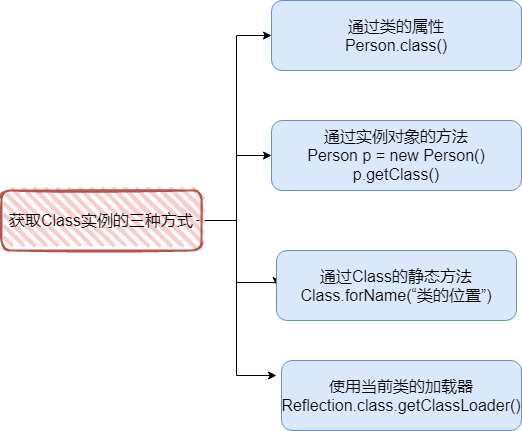
kusuzi/LearnJava keeps this draw.io diagram as Java/反射.png. Above is the earlier version. Source tidied: cells renumbered, new cells last; positions are measured from the earlier drawing's top-left corner, leaving out a move shared by most shapes. Its diagram source:
```xml
<mxGraphModel>
  <root>
    <mxCell id="0" />
    <mxCell id="1" parent="0" />
    <mxCell id="2" style="edgeStyle=orthogonalEdgeStyle;rounded=0;jettySize=auto;html=1;fontSize=16;" parent="1" edge="1" source="6" target="8">
      <mxGeometry relative="1" as="geometry" />
    </mxCell>
    <mxCell id="3" style="edgeStyle=orthogonalEdgeStyle;rounded=0;jettySize=auto;html=1;entryX=0;entryY=0.5;entryDx=0;entryDy=0;fontSize=16;" parent="1" edge="1" source="6" target="7">
      <mxGeometry relative="1" as="geometry" />
    </mxCell>
    <mxCell id="4" style="edgeStyle=orthogonalEdgeStyle;rounded=0;orthogonalLoop=1;jettySize=auto;html=1;entryX=0;entryY=0.5;entryDx=0;entryDy=0;fontSize=16;" parent="1" edge="1">
      <mxGeometry relative="1" as="geometry">
        <mxPoint x="195" y="220" as="sourcePoint" />
        <mxPoint x="275" y="375" as="targetPoint" />
        <Array as="points">
          <mxPoint x="235" y="220" />
          <mxPoint x="235" y="375" />
        </Array>
      </mxGeometry>
    </mxCell>
    <mxCell id="5" style="edgeStyle=orthogonalEdgeStyle;rounded=0;jettySize=auto;html=1;entryX=0;entryY=0.5;entryDx=0;entryDy=0;fontSize=16;" parent="1" edge="1" target="9">
      <mxGeometry relative="1" as="geometry">
        <mxPoint x="195" y="220" as="sourcePoint" />
        <Array as="points">
          <mxPoint x="235" y="220" />
          <mxPoint x="235" y="282" />
          <mxPoint x="275" y="282" />
        </Array>
      </mxGeometry>
    </mxCell>
    <mxCell id="6" value="获取Class实例的三种方式&lt;br style=&quot;font-size: 16px;&quot;&gt;" style="rounded=1;whiteSpace=wrap;html=1;strokeWidth=2;fillWeight=4;hachureGap=8;hachureAngle=45;fillColor=#f8cecc;sketch=1;strokeColor=#b85450;fontSize=16;" parent="1" vertex="1">
      <mxGeometry y="190" width="200" height="60" as="geometry" />
    </mxCell>
    <mxCell id="7" value="通过类的属性&lt;br style=&quot;font-size: 16px;&quot;&gt;Person.class()" style="rounded=1;whiteSpace=wrap;html=1;fillColor=#dae8fc;strokeColor=#6c8ebf;fontSize=16;" parent="1" vertex="1">
      <mxGeometry x="270" width="250" height="70" as="geometry" />
    </mxCell>
    <mxCell id="8" value="通过实例对象的方法&lt;br style=&quot;font-size: 16px;&quot;&gt;Person p = new Person()&lt;br style=&quot;font-size: 16px;&quot;&gt;p.getClass()" style="rounded=1;whiteSpace=wrap;html=1;strokeColor=#6c8ebf;fillColor=#dae8fc;fontSize=16;" parent="1" vertex="1">
      <mxGeometry x="270" y="120" width="250" height="70" as="geometry" />
    </mxCell>
    <mxCell id="9" value="通过Class的静态方法&lt;br style=&quot;font-size: 16px;&quot;&gt;Class.forName(“类的位置”)" style="rounded=1;whiteSpace=wrap;html=1;strokeColor=#6c8ebf;fillColor=#dae8fc;fontSize=16;" parent="1" vertex="1">
      <mxGeometry x="275" y="250" width="240" height="70" as="geometry" />
    </mxCell>
    <mxCell id="10" value="使用当前类的加载器&lt;br&gt;Reflection.class.getClassLoader()" style="rounded=1;whiteSpace=wrap;html=1;strokeColor=#6c8ebf;fillColor=#dae8fc;fontSize=16;" parent="1" vertex="1">
      <mxGeometry x="280" y="360" width="240" height="70" as="geometry" />
    </mxCell>
  </root>
</mxGraphModel>
```
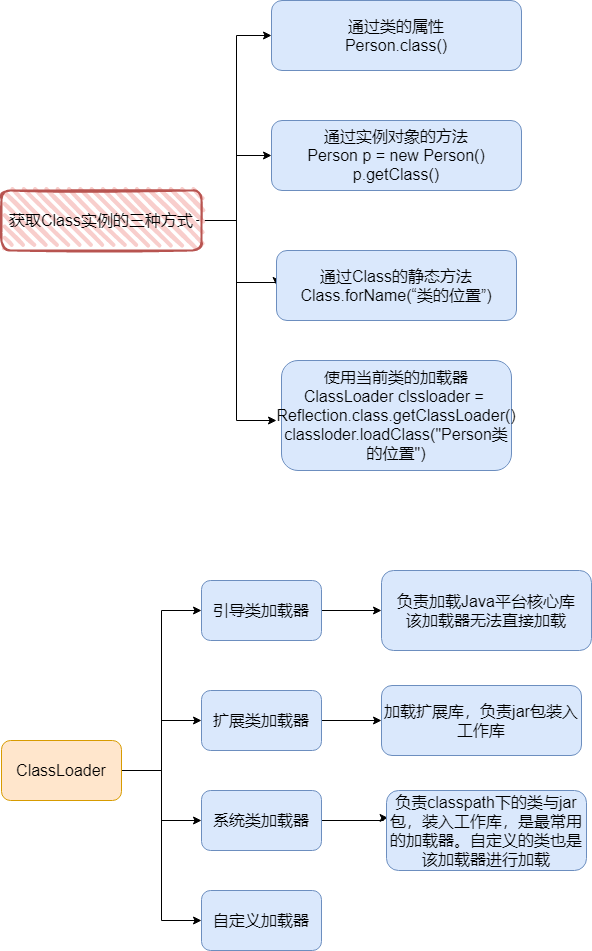
The same diagram one commit later.

What changed in the source:
```diff
@@ -8,13 +8,13 @@
     <mxCell id="3" style="edgeStyle=orthogonalEdgeStyle;rounded=0;jettySize=auto;html=1;entryX=0;entryY=0.5;entryDx=0;entryDy=0;fontSize=16;" parent="1" edge="1" source="6" target="7">
       <mxGeometry relative="1" as="geometry" />
     </mxCell>
-    <mxCell id="4" style="edgeStyle=orthogonalEdgeStyle;rounded=0;orthogonalLoop=1;jettySize=auto;html=1;entryX=0;entryY=0.5;entryDx=0;entryDy=0;fontSize=16;" parent="1" edge="1">
+    <mxCell id="4" style="edgeStyle=orthogonalEdgeStyle;rounded=0;orthogonalLoop=1;jettySize=auto;html=1;fontSize=16;" parent="1" edge="1">
       <mxGeometry relative="1" as="geometry">
         <mxPoint x="195" y="220" as="sourcePoint" />
-        <mxPoint x="275" y="375" as="targetPoint" />
+        <mxPoint x="275" y="420" as="targetPoint" />
         <Array as="points">
           <mxPoint x="235" y="220" />
-          <mxPoint x="235" y="375" />
+          <mxPoint x="235" y="420" />
         </Array>
       </mxGeometry>
     </mxCell>
@@ -40,8 +40,57 @@
     <mxCell id="9" value="通过Class的静态方法&lt;br style=&quot;font-size: 16px;&quot;&gt;Class.forName(“类的位置”)" style="rounded=1;whiteSpace=wrap;html=1;strokeColor=#6c8ebf;fillColor=#dae8fc;fontSize=16;" parent="1" vertex="1">
       <mxGeometry x="275" y="250" width="240" height="70" as="geometry" />
     </mxCell>
-    <mxCell id="10" value="使用当前类的加载器&lt;br&gt;Reflection.class.getClassLoader()" style="rounded=1;whiteSpace=wrap;html=1;strokeColor=#6c8ebf;fillColor=#dae8fc;fontSize=16;" parent="1" vertex="1">
-      <mxGeometry x="280" y="360" width="240" height="70" as="geometry" />
+    <mxCell id="10" value="使用当前类的加载器&lt;br&gt;ClassLoader clssloader = &lt;br&gt;Reflection.class.getClassLoader()&lt;br&gt;classloder.loadClass(&quot;Person类的位置&quot;)" style="rounded=1;whiteSpace=wrap;html=1;strokeColor=#6c8ebf;fillColor=#dae8fc;fontSize=16;" parent="1" vertex="1">
+      <mxGeometry x="280" y="360" width="230" height="110" as="geometry" />
     </mxCell>
+    <mxCell id="11" style="edgeStyle=orthogonalEdgeStyle;rounded=0;jettySize=auto;html=1;entryX=0;entryY=0.5;entryDx=0;entryDy=0;fontSize=16;" parent="1" edge="1" source="15" target="17">
+      <mxGeometry relative="1" as="geometry" />
+    </mxCell>
+    <mxCell id="12" style="edgeStyle=orthogonalEdgeStyle;rounded=0;jettySize=auto;html=1;fontSize=16;" parent="1" edge="1" source="15" target="19">
+      <mxGeometry relative="1" as="geometry" />
+    </mxCell>
+    <mxCell id="13" style="edgeStyle=orthogonalEdgeStyle;rounded=0;jettySize=auto;html=1;entryX=0;entryY=0.5;entryDx=0;entryDy=0;fontSize=16;" parent="1" edge="1" source="15" target="21">
+      <mxGeometry relative="1" as="geometry" />
+    </mxCell>
+    <mxCell id="14" style="edgeStyle=orthogonalEdgeStyle;rounded=0;jettySize=auto;html=1;entryX=0;entryY=0.5;entryDx=0;entryDy=0;fontSize=16;" parent="1" edge="1" source="15" target="22">
+      <mxGeometry relative="1" as="geometry" />
+    </mxCell>
+    <mxCell id="15" value="ClassLoader&lt;br&gt;" style="whiteSpace=wrap;html=1;rounded=1;fontSize=16;strokeColor=#d79b00;fillColor=#ffe6cc;" parent="1" vertex="1">
+      <mxGeometry y="740" width="120" height="60" as="geometry" />
+    </mxCell>
+    <mxCell id="16" style="edgeStyle=orthogonalEdgeStyle;rounded=0;jettySize=auto;html=1;fontSize=16;" parent="1" edge="1" source="17" target="23">
+      <mxGeometry relative="1" as="geometry" />
+    </mxCell>
+    <mxCell id="17" value="引导类加载器" style="whiteSpace=wrap;html=1;rounded=1;fontSize=16;strokeColor=#6c8ebf;fillColor=#dae8fc;" parent="1" vertex="1">
+      <mxGeometry x="200" y="580" width="120" height="60" as="geometry" />
+    </mxCell>
+    <mxCell id="18" style="edgeStyle=orthogonalEdgeStyle;rounded=0;jettySize=auto;html=1;fontSize=16;" parent="1" edge="1" source="19" target="24">
+      <mxGeometry relative="1" as="geometry" />
+    </mxCell>
+    <mxCell id="19" value="扩展类加载器" style="rounded=1;whiteSpace=wrap;html=1;fontSize=16;strokeColor=#6c8ebf;fillColor=#dae8fc;" parent="1" vertex="1">
+      <mxGeometry x="200" y="690" width="120" height="60" as="geometry" />
+    </mxCell>
+    <mxCell id="20" style="edgeStyle=orthogonalEdgeStyle;rounded=0;jettySize=auto;html=1;entryX=0.008;entryY=0.342;entryDx=0;entryDy=0;entryPerimeter=0;fontSize=16;" parent="1" edge="1" source="21" target="25">
+      <mxGeometry relative="1" as="geometry">
+        <Array as="points">
+          <mxPoint x="382" y="820" />
+        </Array>
+      </mxGeometry>
+    </mxCell>
+    <mxCell id="21" value="系统类加载器" style="rounded=1;whiteSpace=wrap;html=1;fontSize=16;strokeColor=#6c8ebf;fillColor=#dae8fc;" parent="1" vertex="1">
+      <mxGeometry x="200" y="790" width="120" height="60" as="geometry" />
+    </mxCell>
+    <mxCell id="22" value="自定义加载器" style="rounded=1;whiteSpace=wrap;html=1;fontSize=16;strokeColor=#6c8ebf;fillColor=#dae8fc;" parent="1" vertex="1">
+      <mxGeometry x="200" y="890" width="120" height="60" as="geometry" />
+    </mxCell>
+    <mxCell id="23" value="负责加载Java平台核心库&lt;br&gt;该加载器无法直接加载" style="rounded=1;whiteSpace=wrap;html=1;fontSize=16;strokeColor=#6c8ebf;fillColor=#dae8fc;" parent="1" vertex="1">
+      <mxGeometry x="380" y="570" width="210" height="80" as="geometry" />
+    </mxCell>
+    <mxCell id="24" value="加载扩展库，负责jar包装入工作库" style="rounded=1;whiteSpace=wrap;html=1;fontSize=16;strokeColor=#6c8ebf;fillColor=#dae8fc;" parent="1" vertex="1">
+      <mxGeometry x="380" y="685" width="200" height="70" as="geometry" />
+    </mxCell>
+    <mxCell id="25" value="负责classpath下的类与jar包，装入工作库，是最常用的加载器。自定义的类也是该加载器进行加载" style="rounded=1;whiteSpace=wrap;html=1;fontSize=16;strokeColor=#6c8ebf;fillColor=#dae8fc;" parent="1" vertex="1">
+      <mxGeometry x="385" y="790" width="200" height="80" as="geometry" />
+    </mxCell>
   </root>
 </mxGraphModel>
```
